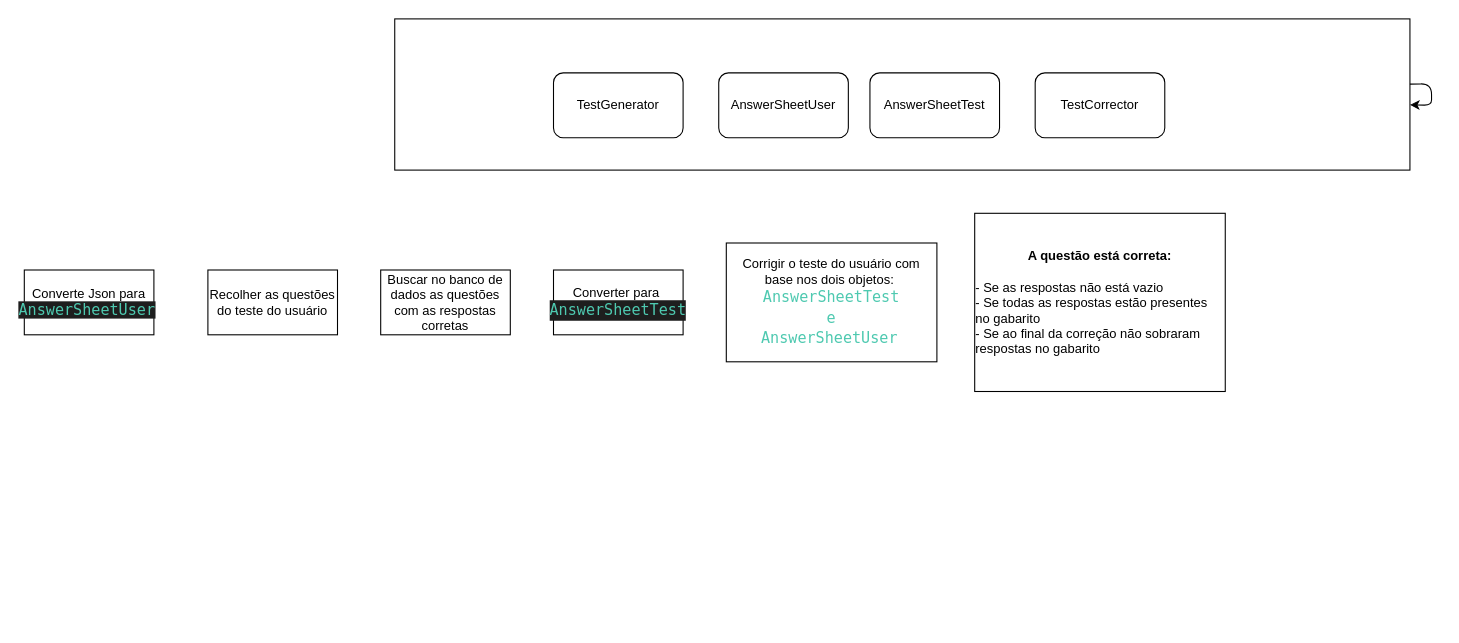
Above: documentation/diagrama-app.drawio in PhyrosAlpha/TestSimulator (draw.io), before the change. Source tidied: cells renumbered, new cells numbered last; positions are measured from the earlier drawing's top-left corner, leaving out a move shared by most shapes. Both pictures are drawn from the tidied source at 108%, with x=0, y=0 at pixel (24, 18).
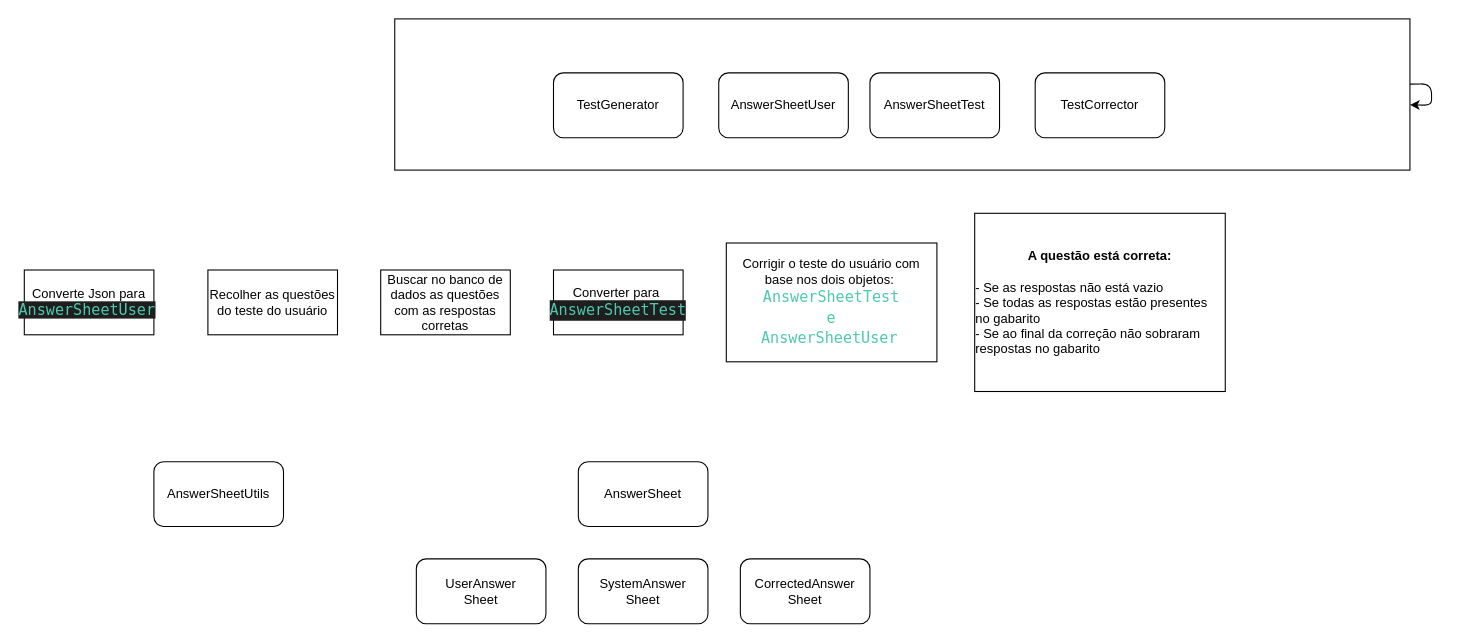
After the change.

Diff of the diagram source:
```diff
@@
 <mxGraphModel>
   <root>
     <mxCell id="0" />
     <mxCell id="1" parent="0" />
     <mxCell id="2" style="rounded=0;whiteSpace=wrap;html=1;" parent="1" vertex="1">
       <mxGeometry x="343" width="940" height="140" as="geometry" />
     </mxCell>
     <mxCell id="3" value="TestGenerator" style="rounded=1;whiteSpace=wrap;html=1;" parent="1" vertex="1">
       <mxGeometry x="490" y="50" width="120" height="60" as="geometry" />
     </mxCell>
     <mxCell id="4" value="TestCorrector" style="rounded=1;whiteSpace=wrap;html=1;" parent="1" vertex="1">
       <mxGeometry x="936" y="50" width="120" height="60" as="geometry" />
     </mxCell>
     <mxCell id="5" value="AnswerSheetUser" style="rounded=1;whiteSpace=wrap;html=1;" parent="1" vertex="1">
       <mxGeometry x="643" y="50" width="120" height="60" as="geometry" />
     </mxCell>
     <mxCell id="6" value="AnswerSheetTest" style="rounded=1;whiteSpace=wrap;html=1;" parent="1" vertex="1">
       <mxGeometry x="783" y="50" width="120" height="60" as="geometry" />
     </mxCell>
     <mxCell id="7" value="Converte Json para&lt;br&gt;&lt;span style=&quot;color: rgb(78, 201, 176); background-color: rgb(30, 30, 30); font-family: &amp;quot;Droid Sans Mono&amp;quot;, &amp;quot;monospace&amp;quot;, monospace; font-size: 14px;&quot;&gt;AnswerSheetUser&lt;/span&gt;&amp;nbsp;" style="rounded=0;whiteSpace=wrap;html=1;" parent="1" vertex="1">
       <mxGeometry y="232.5" width="120" height="60" as="geometry" />
     </mxCell>
     <mxCell id="8" value="Recolher as questões do teste do usuário" style="rounded=0;whiteSpace=wrap;html=1;" parent="1" vertex="1">
       <mxGeometry x="170" y="232.5" width="120" height="60" as="geometry" />
     </mxCell>
     <mxCell id="9" value="Converter para&amp;nbsp;&lt;br&gt;&lt;div style=&quot;color: rgb(212, 212, 212); background-color: rgb(30, 30, 30); font-family: &amp;quot;Droid Sans Mono&amp;quot;, &amp;quot;monospace&amp;quot;, monospace; font-size: 14px; line-height: 19px;&quot;&gt;&lt;span style=&quot;color: #4ec9b0;&quot;&gt;AnswerSheetTest&lt;/span&gt;&lt;/div&gt;" style="rounded=0;whiteSpace=wrap;html=1;" parent="1" vertex="1">
       <mxGeometry x="490" y="232.5" width="120" height="60" as="geometry" />
     </mxCell>
     <mxCell id="10" value="Buscar no banco de dados as questões com as respostas corretas" style="rounded=0;whiteSpace=wrap;html=1;" parent="1" vertex="1">
       <mxGeometry x="330" y="232.5" width="120" height="60" as="geometry" />
     </mxCell>
     <mxCell id="11" value="Corrigir o teste do usuário com base nos dois objetos:&amp;nbsp;&lt;br&gt;&lt;div style=&quot;color: rgb(212, 212, 212); font-family: &amp;quot;Droid Sans Mono&amp;quot;, &amp;quot;monospace&amp;quot;, monospace; font-size: 14px; line-height: 19px;&quot;&gt;&lt;span style=&quot;color: rgb(78, 201, 176);&quot;&gt;AnswerSheetTest&lt;/span&gt;&lt;/div&gt;&lt;div style=&quot;color: rgb(212, 212, 212); font-family: &amp;quot;Droid Sans Mono&amp;quot;, &amp;quot;monospace&amp;quot;, monospace; font-size: 14px; line-height: 19px;&quot;&gt;&lt;span style=&quot;color: #4ec9b0;&quot;&gt;e&lt;/span&gt;&lt;/div&gt;&lt;div style=&quot;color: rgb(212, 212, 212); font-family: &amp;quot;Droid Sans Mono&amp;quot;, &amp;quot;monospace&amp;quot;, monospace; font-size: 14px; line-height: 19px;&quot;&gt;&lt;span style=&quot;color: rgb(78, 201, 176);&quot;&gt;AnswerSheetUser&lt;/span&gt;&lt;span style=&quot;color: rgb(240, 240, 240); font-family: Helvetica; font-size: 12px;&quot;&gt;&amp;nbsp;&lt;/span&gt;&lt;span style=&quot;background-color: rgb(30, 30, 30); color: rgb(78, 201, 176);&quot;&gt;&lt;br&gt;&lt;/span&gt;&lt;/div&gt;" style="rounded=0;whiteSpace=wrap;html=1;" parent="1" vertex="1">
       <mxGeometry x="650" y="207.5" width="195" height="110" as="geometry" />
     </mxCell>
     <mxCell id="12" value="&lt;b&gt;A questão está correta:&lt;/b&gt;&lt;br&gt;&lt;br&gt;&lt;div style=&quot;text-align: left;&quot;&gt;&lt;span style=&quot;background-color: initial;&quot;&gt;- Se as respostas não está vazio&lt;/span&gt;&lt;/div&gt;&lt;div style=&quot;text-align: left;&quot;&gt;&lt;span style=&quot;background-color: initial;&quot;&gt;- Se todas as respostas estão presentes no gabarito&lt;/span&gt;&lt;/div&gt;&lt;div style=&quot;text-align: left;&quot;&gt;&lt;span style=&quot;background-color: initial;&quot;&gt;- Se ao final da correção não sobraram respostas no gabarito&lt;/span&gt;&lt;/div&gt;" style="rounded=0;whiteSpace=wrap;html=1;" parent="1" vertex="1">
       <mxGeometry x="880" y="180" width="232" height="165" as="geometry" />
     </mxCell>
     <mxCell id="13" style="edgeStyle=none;html=1;" parent="1" edge="1" source="2" target="2">
       <mxGeometry relative="1" as="geometry" />
     </mxCell>
+    <mxCell id="14" value="AnswerSheet" style="rounded=1;whiteSpace=wrap;html=1;" parent="1" vertex="1">
+      <mxGeometry x="513" y="410" width="120" height="60" as="geometry" />
+    </mxCell>
+    <mxCell id="15" value="UserAnswer&lt;br&gt;Sheet" style="rounded=1;whiteSpace=wrap;html=1;" parent="1" vertex="1">
+      <mxGeometry x="363" y="500" width="120" height="60" as="geometry" />
+    </mxCell>
+    <mxCell id="16" value="SystemAnswer&lt;br&gt;Sheet" style="rounded=1;whiteSpace=wrap;html=1;" parent="1" vertex="1">
+      <mxGeometry x="513" y="500" width="120" height="60" as="geometry" />
+    </mxCell>
+    <mxCell id="17" value="CorrectedAnswer&lt;br&gt;Sheet" style="rounded=1;whiteSpace=wrap;html=1;" parent="1" vertex="1">
+      <mxGeometry x="663" y="500" width="120" height="60" as="geometry" />
+    </mxCell>
+    <mxCell id="18" value="AnswerSheetUtils" style="rounded=1;whiteSpace=wrap;html=1;" parent="1" vertex="1">
+      <mxGeometry x="120" y="410" width="120" height="60" as="geometry" />
+    </mxCell>
   </root>
 </mxGraphModel>
```
